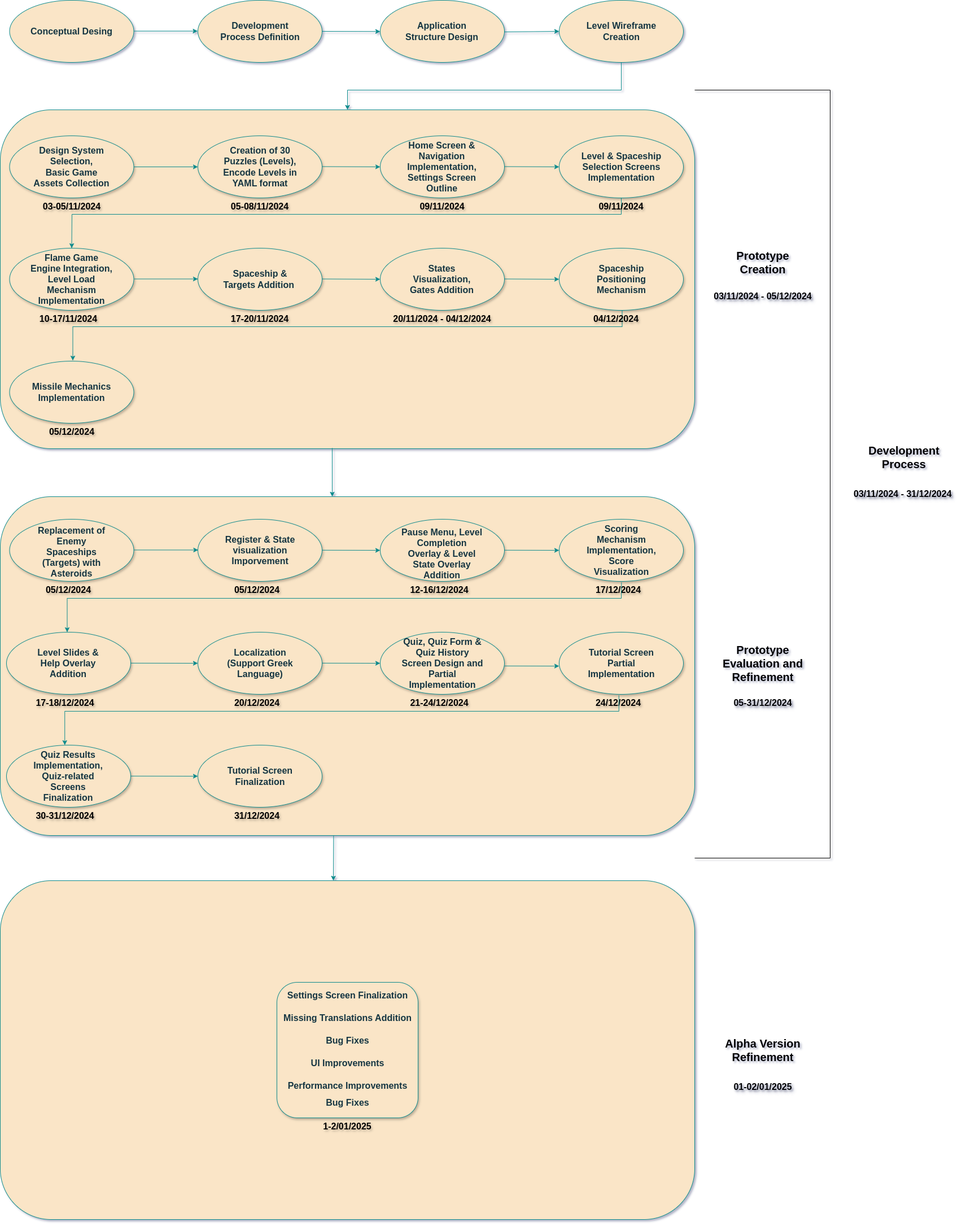
Earlier version of the draw.io export chapter-6/image004_development_timeline.png (StelTheo73/thesis-docs). Source tidied: cells renumbered, new cells last; positions are measured from the earlier drawing's top-left corner, leaving out a move shared by most shapes.
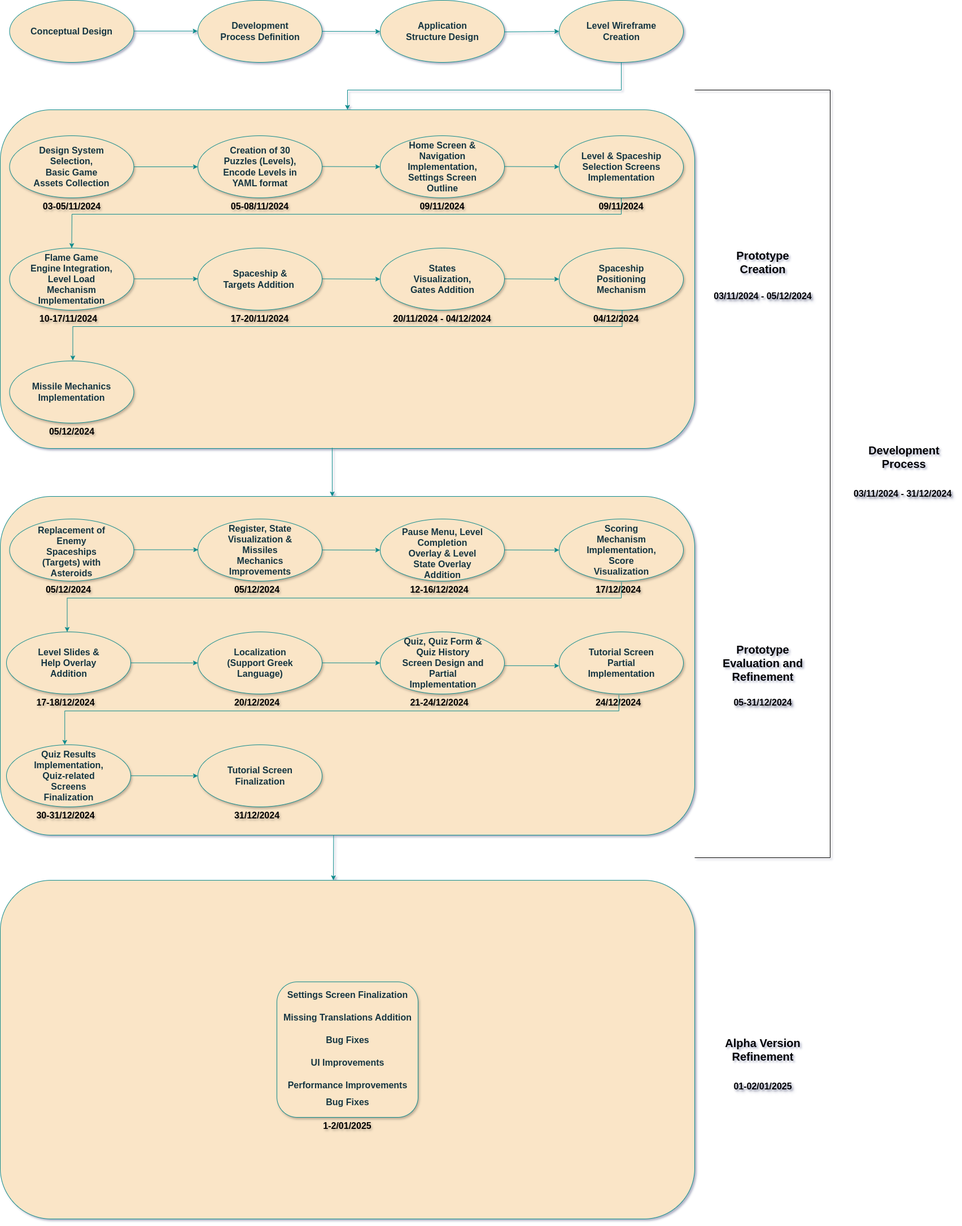
Above is the later version.

Diff of the diagram source:
```diff
@@ -53,7 +53,7 @@
     <mxCell id="18" value="&lt;span style=&quot;font-size: 16px;&quot;&gt;&lt;b&gt;Design System Selection, Basic&amp;nbsp;&lt;/b&gt;&lt;/span&gt;&lt;b style=&quot;font-size: 16px; background-color: transparent; color: light-dark(rgb(20, 54, 66), rgb(173, 202, 213));&quot;&gt;Game Assets Collection&lt;/b&gt;" style="text;html=1;align=center;verticalAlign=middle;whiteSpace=wrap;rounded=0;labelBackgroundColor=none;fontColor=#143642;shadow=1;" parent="1" vertex="1">
       <mxGeometry x="53" y="280" width="147" height="30" as="geometry" />
     </mxCell>
-    <mxCell id="19" value="&lt;font style=&quot;font-size: 16px;&quot;&gt;&lt;b&gt;Conceptual Desing&lt;/b&gt;&lt;/font&gt;" style="text;html=1;align=center;verticalAlign=middle;whiteSpace=wrap;rounded=0;labelBackgroundColor=none;fontColor=#143642;" parent="1" vertex="1">
+    <mxCell id="19" value="&lt;font style=&quot;font-size: 16px;&quot;&gt;&lt;b&gt;Conceptual Design&lt;/b&gt;&lt;/font&gt;" style="text;html=1;align=center;verticalAlign=middle;whiteSpace=wrap;rounded=0;labelBackgroundColor=none;fontColor=#143642;" parent="1" vertex="1">
       <mxGeometry x="53" y="40" width="147" height="30" as="geometry" />
     </mxCell>
     <mxCell id="20" value="&lt;span style=&quot;font-size: 16px;&quot;&gt;&lt;b&gt;Creation of 30 Puzzles (Levels),&lt;/b&gt;&lt;/span&gt;&lt;div&gt;&lt;span style=&quot;font-size: 16px;&quot;&gt;&lt;b&gt;Encode Levels in YAML format&lt;/b&gt;&lt;/span&gt;&lt;/div&gt;" style="text;html=1;align=center;verticalAlign=middle;whiteSpace=wrap;rounded=0;labelBackgroundColor=none;fontColor=#143642;shadow=1;" parent="1" vertex="1">
@@ -199,7 +199,7 @@
     <mxCell id="56" style="ellipse;whiteSpace=wrap;html=1;labelBackgroundColor=none;fillColor=#FAE5C7;strokeColor=#0F8B8D;fontColor=#143642;shadow=1;" parent="1" vertex="1">
       <mxGeometry x="350" y="919" width="220" height="110" as="geometry" />
     </mxCell>
-    <mxCell id="57" value="&lt;span style=&quot;font-size: 16px;&quot;&gt;&lt;b&gt;Register &amp;amp; State visualization Imporvement&lt;/b&gt;&lt;/span&gt;" style="text;html=1;align=center;verticalAlign=middle;whiteSpace=wrap;rounded=0;labelBackgroundColor=none;fontColor=#143642;shadow=1;" parent="1" vertex="1">
+    <mxCell id="57" value="&lt;span style=&quot;font-size: 16px;&quot;&gt;&lt;b&gt;Register, State Visualization &amp;amp; Missiles Mechanics Improvements&lt;/b&gt;&lt;/span&gt;" style="text;html=1;align=center;verticalAlign=middle;whiteSpace=wrap;rounded=0;labelBackgroundColor=none;fontColor=#143642;shadow=1;" parent="1" vertex="1">
       <mxGeometry x="386.5" y="959" width="147" height="30" as="geometry" />
     </mxCell>
     <mxCell id="58" value="&lt;span style=&quot;font-size: 16px;&quot;&gt;&lt;b&gt;05/12/2024&lt;/b&gt;&lt;/span&gt;" style="text;html=1;align=center;verticalAlign=middle;whiteSpace=wrap;rounded=0;textShadow=1;" parent="1" vertex="1">
```
